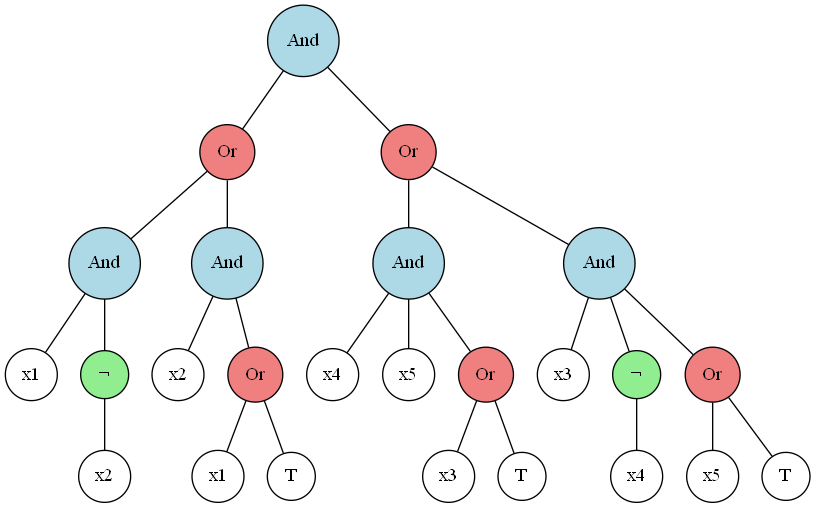
Above: output/example_sympy_1.gv.png in matteo-munari/knowledge_rep_learning (Graphviz), before the change. Its source is kept beside it as output/example_sympy_1.gv.
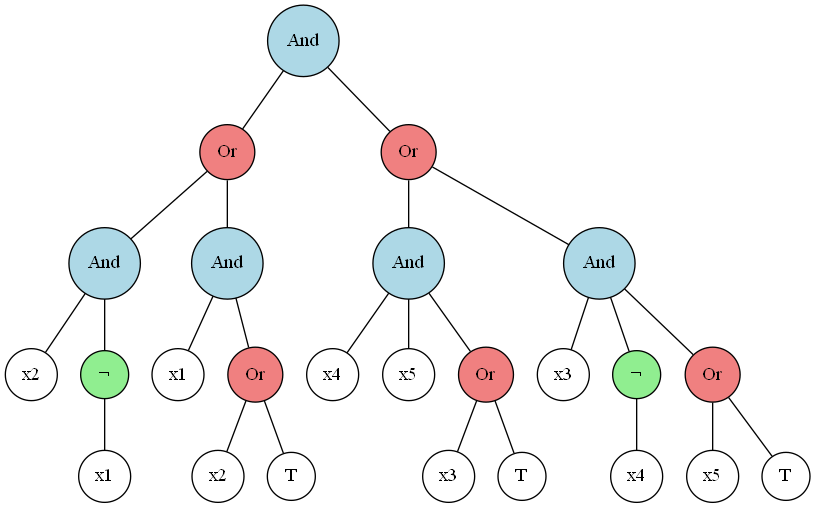
After the change.

Diff of the diagram source:
```diff
@@ -5,19 +5,19 @@
 	1 -- 2
 	3 [label=And fillcolor=lightblue style=filled]
 	2 -- 3
-	4 [label=x1]
+	4 [label=x2]
 	3 -- 4
 	5 [label="¬" fillcolor=lightgreen style=filled]
 	3 -- 5
-	6 [label=x2]
+	6 [label=x1]
 	5 -- 6
 	7 [label=And fillcolor=lightblue style=filled]
 	2 -- 7
-	8 [label=x2]
+	8 [label=x1]
 	7 -- 8
 	9 [label=Or fillcolor=lightcoral style=filled]
 	7 -- 9
-	10 [label=x1]
+	10 [label=x2]
 	9 -- 10
 	11 [label=T]
 	9 -- 11
```
